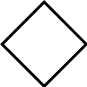
Rihosepp-40B/TarkvaraArendusprotsess keeps this draw.io diagram as pildid/Voodiagrammi_otsus.svg. Above is the earlier version. Source tidied: cells renumbered, new cells last; positions are measured from the earlier drawing's top-left corner, leaving out a move shared by most shapes.
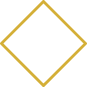
Above is the later version.

Diff of the diagram source:
```diff
@@ -2,7 +2,7 @@
   <root>
     <mxCell id="0" />
     <mxCell id="1" parent="0" />
-    <mxCell id="2" style="strokeWidth=2;html=1;shape=mxgraph.flowchart.decision;whiteSpace=wrap;strokeColor=light-dark(#000000,#D4AF37);fillColor=none;" parent="1" vertex="1">
+    <mxCell id="2" style="strokeWidth=2;html=1;shape=mxgraph.flowchart.decision;whiteSpace=wrap;strokeColor=light-dark(#D4AF37,#D4AF37);fillColor=none;" parent="1" vertex="1">
       <mxGeometry width="60" height="60" as="geometry" />
     </mxCell>
   </root>
```
